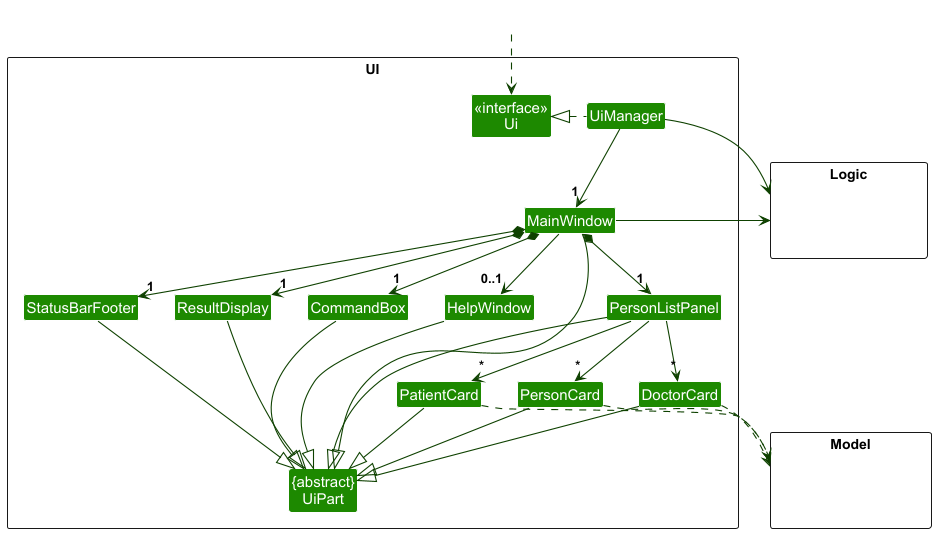
Earlier version of the PlantUML export docs/images/UiClassDiagram.png (nus-cs2103-AY2425S1/tp).
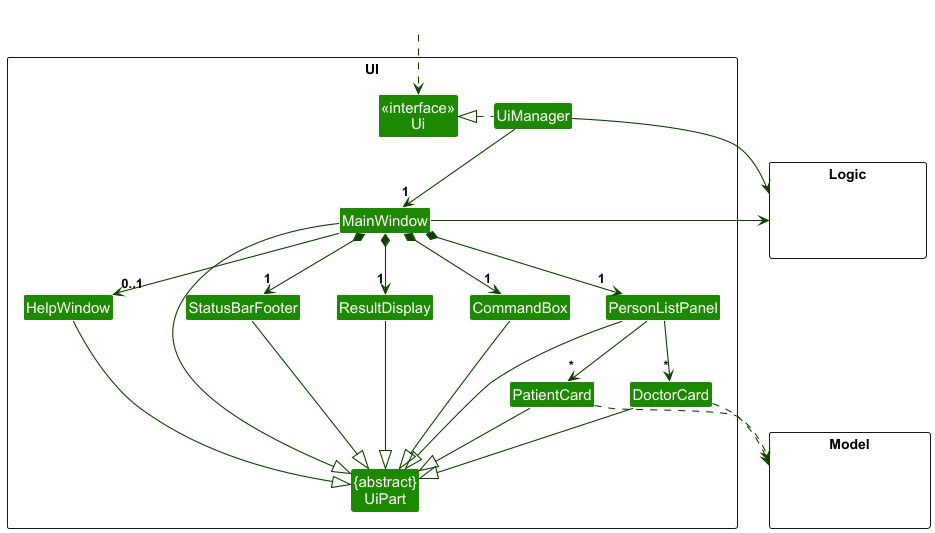
Above is the later version.

Commit message:
Remove Person Card from UI diagram

Diff of the diagram source:
```diff
@@ -12,7 +12,6 @@
 Class HelpWindow
 Class ResultDisplay
 Class PersonListPanel
-Class PersonCard
 Class StatusBarFooter
 Class CommandBox
 Class DoctorCard
@@ -38,7 +37,6 @@
 MainWindow *-down-> "1" StatusBarFooter
 MainWindow --> "0..1" HelpWindow
 
-PersonListPanel -down-> "*" PersonCard
 PersonListPanel -down-> "*" DoctorCard
 PersonListPanel -down-> "*" PatientCard
 
@@ -47,13 +45,11 @@
 ResultDisplay --|> UiPart
 CommandBox --|> UiPart
 PersonListPanel --|> UiPart
-PersonCard --|> UiPart
 DoctorCard --|> UiPart
 PatientCard --|> UiPart
 StatusBarFooter --|> UiPart
 HelpWindow --|> UiPart
 
-PersonCard ..> Model
 DoctorCard ..> Model
 PatientCard ..> Model
 UiManager -right-> Logic
```
